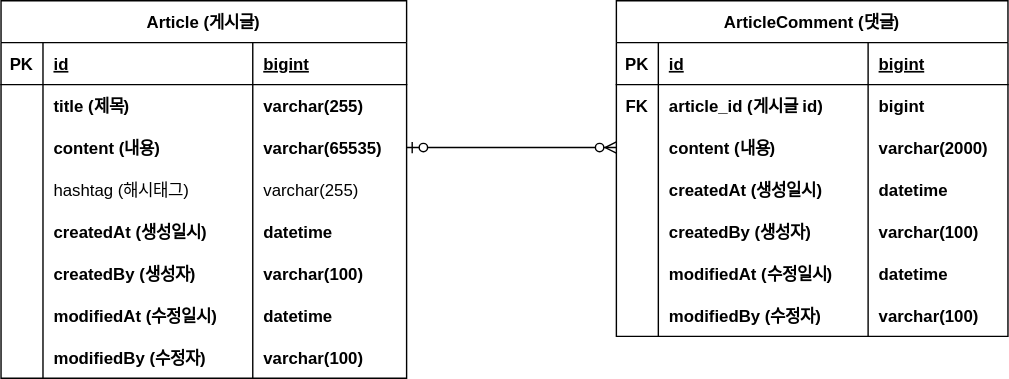
Before: document/project-board-erd.drawio.svg, a diagram exported from draw.io (yjsmk0902/Factory). Source tidied: cells renumbered, new cells last; positions are measured from the earlier drawing's top-left corner, leaving out a move shared by most shapes.
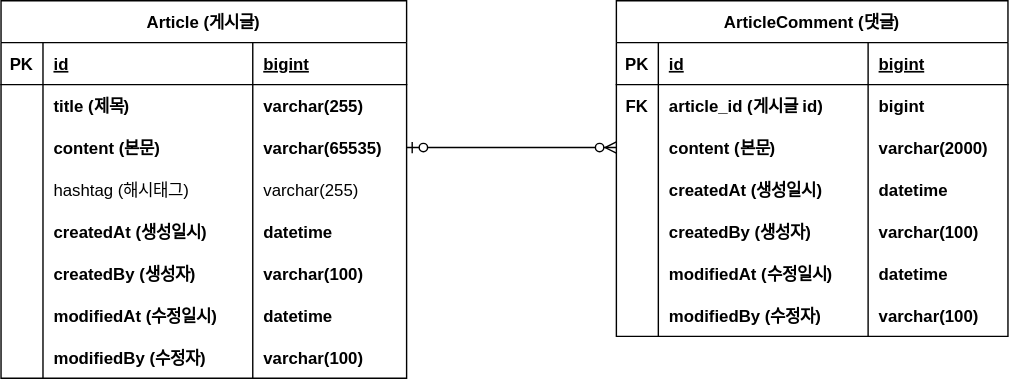
The same file after the commit.

Commit message:
#8 - ERD 설명 업데이트

Diff of the diagram source:
```diff
@@ -35,7 +35,7 @@
     <mxCell id="12" style="shape=partialRectangle;overflow=hidden;fillColor=none;top=0;left=0;bottom=0;right=0;" parent="11" vertex="1">
       <mxGeometry width="30" height="30" as="geometry" />
     </mxCell>
-    <mxCell id="13" value="content (내용)" style="shape=partialRectangle;overflow=hidden;fillColor=none;top=0;left=0;bottom=0;right=0;align=left;spacingLeft=6;fontStyle=1;" parent="11" vertex="1">
+    <mxCell id="13" value="content (본문)" style="shape=partialRectangle;overflow=hidden;fillColor=none;top=0;left=0;bottom=0;right=0;align=left;spacingLeft=6;fontStyle=1;" parent="11" vertex="1">
       <mxGeometry x="30" width="150" height="30" as="geometry" />
     </mxCell>
     <mxCell id="14" value="varchar(65535)" style="shape=partialRectangle;overflow=hidden;fillColor=none;top=0;left=0;bottom=0;right=0;align=left;spacingLeft=6;fontStyle=1;" parent="11" vertex="1">
@@ -134,7 +134,7 @@
     <mxCell id="45" style="shape=partialRectangle;overflow=hidden;fillColor=none;top=0;left=0;bottom=0;right=0;" parent="44" vertex="1">
       <mxGeometry width="30" height="30" as="geometry" />
     </mxCell>
-    <mxCell id="46" value="content (내용)" style="shape=partialRectangle;overflow=hidden;fillColor=none;top=0;left=0;bottom=0;right=0;align=left;spacingLeft=6;fontStyle=1;" parent="44" vertex="1">
+    <mxCell id="46" value="content (본문)" style="shape=partialRectangle;overflow=hidden;fillColor=none;top=0;left=0;bottom=0;right=0;align=left;spacingLeft=6;fontStyle=1;" parent="44" vertex="1">
       <mxGeometry x="30" width="150" height="30" as="geometry" />
     </mxCell>
     <mxCell id="47" value="varchar(2000)" style="shape=partialRectangle;overflow=hidden;fillColor=none;top=0;left=0;bottom=0;right=0;align=left;spacingLeft=6;fontStyle=1;" parent="44" vertex="1">
```
